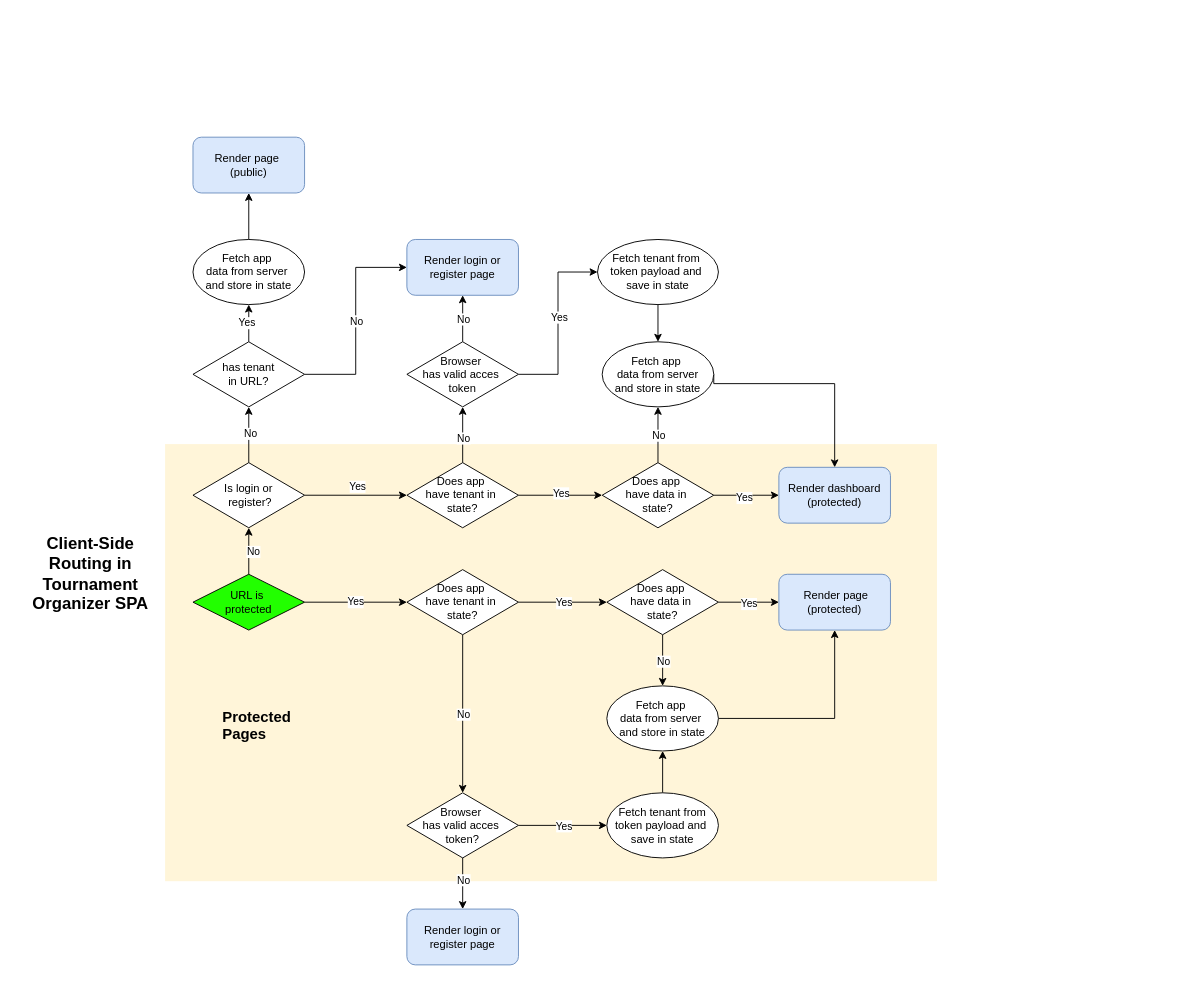
This is tournament.drawio from smohadjer/pokerrangliste, a draw.io file, before an edit. Source tidied: cells renumbered, new cells numbered last; positions are measured from the earlier drawing's top-left corner, leaving out a move shared by most shapes. Both pictures are drawn from the tidied source at 93%, with x=0, y=0 at pixel (16, 137).
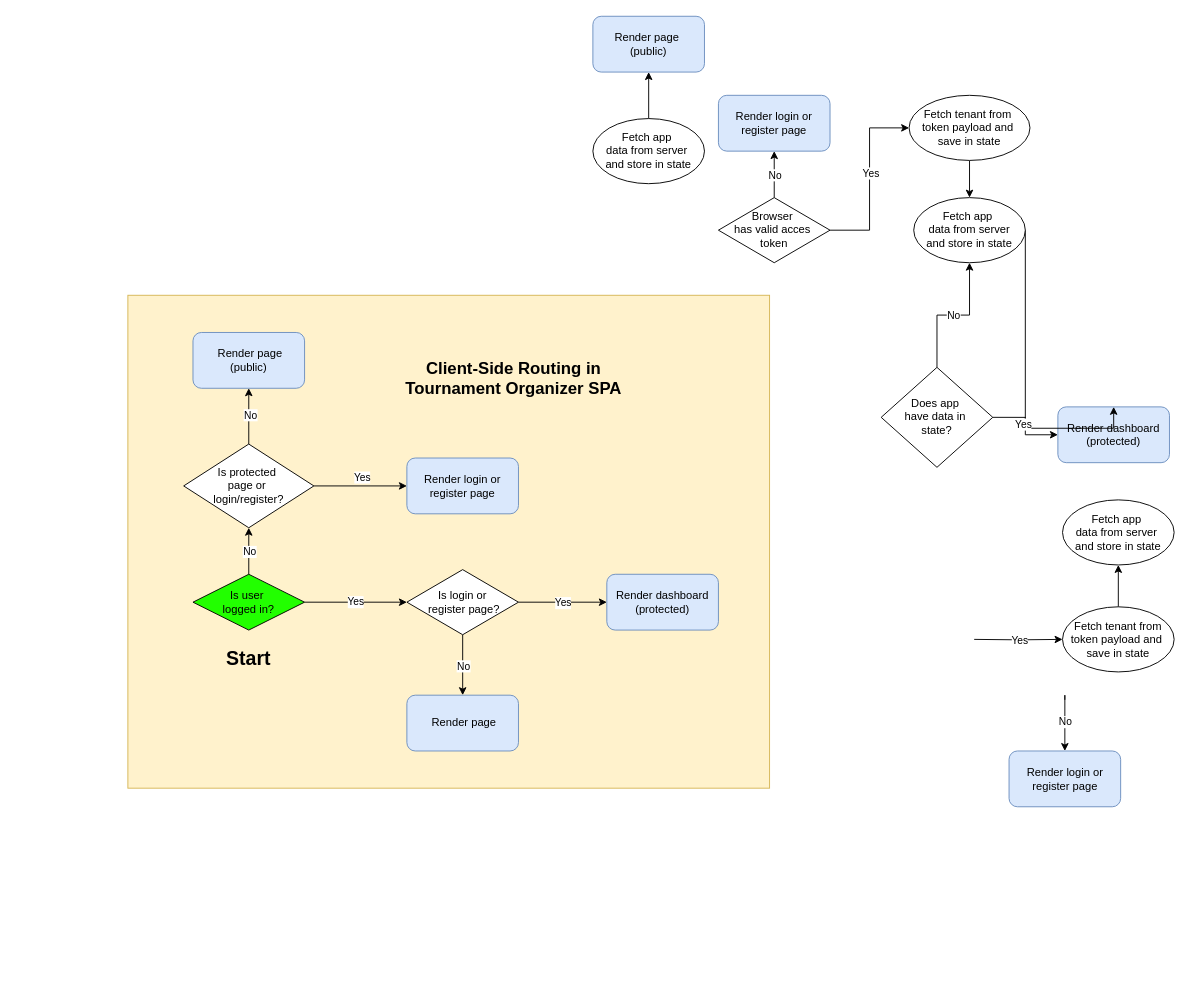
After the change.

The change refers to these unchanged cells:
```xml
<mxCell id="3" style="edgeStyle=orthogonalEdgeStyle;rounded=0;jettySize=auto;html=1;verticalAlign=top;entryX=0.5;entryY=1;entryDx=0;entryDy=0;" parent="1" edge="1" source="7" target="8">
  <mxGeometry relative="1" as="geometry" />
</mxCell>
```

The edit, as a diff of the source:
```diff
@@
-    <mxCell id="2" style="rounded=0;whiteSpace=wrap;html=1;fillColor=#fff2cc;strokeColor=none;opacity=75;" parent="1" vertex="1">
-      <mxGeometry x="160" y="330" width="830" height="470" as="geometry" />
-    </mxCell>
+    <mxCell id="66" style="rounded=0;whiteSpace=wrap;html=1;fillColor=#fff2cc;strokeColor=#d6b656;" parent="1" vertex="1">
+      <mxGeometry x="120" y="170" width="690" height="530" as="geometry" />
+    </mxCell>
@@
     <mxCell id="4" value="No" style="edgeLabel;html=1;align=center;verticalAlign=middle;" parent="3" vertex="1">
-      <mxGeometry x="-0.01" y="1" relative="1" as="geometry">
-        <mxPoint x="5" as="offset" />
-      </mxGeometry>
+      <mxGeometry relative="1" as="geometry" />
     </mxCell>
@@
-    <mxCell id="7" value="URL is&amp;nbsp;&lt;div&gt;protected&lt;/div&gt;" style="rhombus;whiteSpace=wrap;html=1;fillColor=#22FF00;" parent="1" vertex="1">
+    <mxCell id="7" value="Is user&amp;nbsp;&lt;div&gt;logged in?&lt;/div&gt;" style="rhombus;whiteSpace=wrap;html=1;fillColor=#22FF00;" parent="1" vertex="1">
       <mxGeometry x="190" y="470" width="120" height="60" as="geometry" />
     </mxCell>
-    <mxCell id="8" value="Is&amp;nbsp;&lt;span style=&quot;background-color: initial;&quot;&gt;login or&lt;/span&gt;&lt;div&gt;&amp;nbsp;register?&lt;/div&gt;" style="rhombus;whiteSpace=wrap;html=1;" parent="1" vertex="1">
-      <mxGeometry x="190" y="350" width="120" height="70" as="geometry" />
+    <mxCell id="8" value="Is&amp;nbsp;&lt;span style=&quot;background-color: initial;&quot;&gt;protected&amp;nbsp;&lt;/span&gt;&lt;div&gt;&lt;span style=&quot;background-color: initial;&quot;&gt;page&amp;nbsp;&lt;/span&gt;&lt;span style=&quot;background-color: initial;&quot;&gt;or&amp;nbsp;&lt;/span&gt;&lt;div&gt;&lt;span style=&quot;background-color: initial;&quot;&gt;login/&lt;/span&gt;&lt;span style=&quot;background-color: initial;&quot;&gt;register?&lt;/span&gt;&lt;/div&gt;&lt;/div&gt;" style="rhombus;whiteSpace=wrap;html=1;" parent="1" vertex="1">
+      <mxGeometry x="180" y="330" width="140" height="90" as="geometry" />
     </mxCell>
     <mxCell id="9" value="&lt;b&gt;&lt;font style=&quot;font-size: 18px;&quot;&gt;Client-Side Routing in Tournament Organizer SPA&lt;/font&gt;&lt;/b&gt;" style="text;html=1;align=center;verticalAlign=middle;whiteSpace=wrap;rounded=0;" parent="1" vertex="1">
-      <mxGeometry y="400" width="160" height="140" as="geometry" />
+      <mxGeometry x="400" y="190" width="270" height="140" as="geometry" />
     </mxCell>
-    <mxCell id="10" style="edgeStyle=orthogonalEdgeStyle;rounded=0;jettySize=auto;html=1;exitX=0.5;exitY=0;exitDx=0;exitDy=0;entryX=0.5;entryY=1;entryDx=0;entryDy=0;" parent="1" edge="1" source="14" target="32">
-      <mxGeometry relative="1" as="geometry" />
-    </mxCell>
-    <mxCell id="11" value="Yes" style="edgeLabel;html=1;align=center;verticalAlign=middle;" parent="10" vertex="1">
-      <mxGeometry x="0.05" y="3" relative="1" as="geometry" />
-    </mxCell>
-    <mxCell id="12" style="edgeStyle=orthogonalEdgeStyle;rounded=0;jettySize=auto;html=1;exitX=1;exitY=0.5;exitDx=0;exitDy=0;entryX=0;entryY=0.5;entryDx=0;entryDy=0;" parent="1" edge="1" source="14" target="53">
-      <mxGeometry relative="1" as="geometry" />
-    </mxCell>
-    <mxCell id="13" value="No" style="edgeLabel;html=1;align=center;verticalAlign=middle;" parent="12" vertex="1">
-      <mxGeometry relative="1" as="geometry" />
-    </mxCell>
-    <mxCell id="14" value="has&amp;nbsp;&lt;span style=&quot;background-color: initial;&quot;&gt;tenant&lt;/span&gt;&lt;div&gt;in URL?&lt;/div&gt;" style="rhombus;whiteSpace=wrap;html=1;" parent="1" vertex="1">
-      <mxGeometry x="190" y="220" width="120" height="70" as="geometry" />
-    </mxCell>
-    <mxCell id="15" style="edgeStyle=orthogonalEdgeStyle;rounded=0;jettySize=auto;html=1;exitX=0.5;exitY=0;exitDx=0;exitDy=0;entryX=0.5;entryY=1;entryDx=0;entryDy=0;" parent="1" edge="1" source="19" target="29">
-      <mxGeometry relative="1" as="geometry" />
-    </mxCell>
-    <mxCell id="16" value="No" style="edgeLabel;html=1;align=center;verticalAlign=middle;" parent="15" vertex="1">
-      <mxGeometry x="-0.09" relative="1" as="geometry" />
-    </mxCell>
-    <mxCell id="17" style="edgeStyle=orthogonalEdgeStyle;rounded=0;jettySize=auto;html=1;exitX=1;exitY=0.5;exitDx=0;exitDy=0;entryX=0;entryY=0.5;entryDx=0;entryDy=0;" parent="1" edge="1" source="19" target="65">
-      <mxGeometry relative="1" as="geometry" />
-    </mxCell>
-    <mxCell id="18" value="Yes" style="edgeLabel;html=1;align=center;verticalAlign=middle;rotation=0;" parent="17" vertex="1">
-      <mxGeometry x="-0.01" y="3" relative="1" as="geometry" />
-    </mxCell>
-    <mxCell id="19" value="Does app&amp;nbsp;&lt;div&gt;&lt;span style=&quot;background-color: initial;&quot;&gt;have&amp;nbsp;&lt;/span&gt;&lt;span style=&quot;background-color: initial;&quot;&gt;tenant&amp;nbsp;&lt;/span&gt;&lt;span style=&quot;background-color: initial;&quot;&gt;in&amp;nbsp;&lt;/span&gt;&lt;div&gt;&lt;span style=&quot;background-color: initial;&quot;&gt;state?&lt;/span&gt;&lt;/div&gt;&lt;/div&gt;" style="rhombus;whiteSpace=wrap;html=1;" parent="1" vertex="1">
-      <mxGeometry x="420" y="350" width="120" height="70" as="geometry" />
-    </mxCell>
-    <mxCell id="20" style="endArrow=classic;html=1;rounded=0;entryX=0;entryY=0.5;entryDx=0;entryDy=0;exitX=1;exitY=0.5;exitDx=0;exitDy=0;" parent="1" edge="1" source="8" target="19">
+    <mxCell id="20" style="endArrow=classic;html=1;rounded=0;exitX=1;exitY=0.5;exitDx=0;exitDy=0;entryX=0;entryY=0.5;entryDx=0;entryDy=0;" parent="1" edge="1" source="8" target="68">
       <mxGeometry relative="1" as="geometry" />
     </mxCell>
@@
-    <mxCell id="23" style="endArrow=classic;html=1;rounded=0;entryX=0.5;entryY=1;entryDx=0;entryDy=0;exitX=0.5;exitY=0;exitDx=0;exitDy=0;" parent="1" edge="1" source="8" target="14">
+    <mxCell id="23" style="endArrow=classic;html=1;rounded=0;entryX=0.5;entryY=1;entryDx=0;entryDy=0;exitX=0.5;exitY=0;exitDx=0;exitDy=0;" parent="1" edge="1" source="8" target="69">
       <mxGeometry relative="1" as="geometry" />
     </mxCell>
@@
     <mxCell id="29" value="Browser&amp;nbsp;&lt;div&gt;has&lt;span style=&quot;background-color: initial;&quot;&gt;&amp;nbsp;valid&amp;nbsp;&lt;/span&gt;&lt;span style=&quot;background-color: initial;&quot;&gt;acces&amp;nbsp;&lt;/span&gt;&lt;/div&gt;&lt;div&gt;&lt;span style=&quot;background-color: initial;&quot;&gt;token&lt;/span&gt;&lt;/div&gt;" style="rhombus;whiteSpace=wrap;html=1;horizontal=1;verticalAlign=middle;" parent="1" vertex="1">
-      <mxGeometry x="420" y="220" width="120" height="70" as="geometry" />
+      <mxGeometry x="755" y="65" width="120" height="70" as="geometry" />
     </mxCell>
     <mxCell id="30" value="Render dashboard (protected)" style="rounded=1;whiteSpace=wrap;html=1;fillColor=#dae8fc;strokeColor=#6c8ebf;" parent="1" vertex="1">
-      <mxGeometry x="820" y="355" width="120" height="60" as="geometry" />
+      <mxGeometry x="1120" y="290" width="120" height="60" as="geometry" />
     </mxCell>
@@
     <mxCell id="32" value="Fetch app&amp;nbsp;&lt;div&gt;data&amp;nbsp;&lt;span style=&quot;background-color: initial;&quot;&gt;from&amp;nbsp;&lt;/span&gt;&lt;span style=&quot;background-color: initial;&quot;&gt;server&amp;nbsp;&lt;/span&gt;&lt;/div&gt;&lt;div&gt;&lt;span style=&quot;background-color: initial;&quot;&gt;and&amp;nbsp;&lt;/span&gt;&lt;span style=&quot;background-color: initial;&quot;&gt;store&amp;nbsp;&lt;/span&gt;&lt;span style=&quot;background-color: initial;&quot;&gt;in state&lt;/span&gt;&lt;/div&gt;" style="ellipse;whiteSpace=wrap;html=1;" parent="1" vertex="1">
-      <mxGeometry x="190" y="110" width="120" height="70" as="geometry" />
+      <mxGeometry x="620" y="-20" width="120" height="70" as="geometry" />
     </mxCell>
@@
     <mxCell id="34" value="Fetch tenant from&amp;nbsp;&lt;div&gt;token payload and&amp;nbsp;&lt;div&gt;save in state&lt;/div&gt;&lt;/div&gt;" style="ellipse;whiteSpace=wrap;html=1;" parent="1" vertex="1">
-      <mxGeometry x="625" y="110" width="130" height="70" as="geometry" />
+      <mxGeometry x="960" y="-45" width="130" height="70" as="geometry" />
     </mxCell>
-    <mxCell id="35" style="edgeStyle=orthogonalEdgeStyle;rounded=0;jettySize=auto;html=1;exitX=1;exitY=0.5;exitDx=0;exitDy=0;entryX=0;entryY=0.5;entryDx=0;entryDy=0;" parent="1" edge="1" source="39" target="58">
-      <mxGeometry relative="1" as="geometry" />
+    <mxCell id="35" style="edgeStyle=orthogonalEdgeStyle;rounded=0;jettySize=auto;html=1;exitX=1;exitY=0.5;exitDx=0;exitDy=0;entryX=0;entryY=0.5;entryDx=0;entryDy=0;" parent="1" edge="1" source="39">
+      <mxGeometry relative="1" as="geometry">
+        <mxPoint x="635" y="500" as="targetPoint" />
+      </mxGeometry>
     </mxCell>
@@
-    <mxCell id="37" style="edgeStyle=orthogonalEdgeStyle;rounded=0;jettySize=auto;html=1;exitX=0.5;exitY=1;exitDx=0;exitDy=0;" parent="1" edge="1" source="39" target="44">
+    <mxCell id="37" style="edgeStyle=orthogonalEdgeStyle;rounded=0;jettySize=auto;html=1;exitX=0.5;exitY=1;exitDx=0;exitDy=0;entryX=0.5;entryY=0;entryDx=0;entryDy=0;" parent="1" edge="1" source="39" target="49">
       <mxGeometry relative="1" as="geometry" />
     </mxCell>
@@
-    <mxCell id="39" value="Does app&amp;nbsp;&lt;div&gt;&lt;span style=&quot;background-color: initial;&quot;&gt;have&amp;nbsp;&lt;/span&gt;&lt;span style=&quot;background-color: initial;&quot;&gt;tenant&amp;nbsp;&lt;/span&gt;&lt;span style=&quot;background-color: initial;&quot;&gt;in&amp;nbsp;&lt;/span&gt;&lt;div&gt;&lt;span style=&quot;background-color: initial;&quot;&gt;state?&lt;/span&gt;&lt;/div&gt;&lt;/div&gt;" style="rhombus;whiteSpace=wrap;html=1;horizontal=1;verticalAlign=middle;" parent="1" vertex="1">
+    <mxCell id="39" value="Is&amp;nbsp;&lt;span style=&quot;background-color: initial;&quot;&gt;login or&lt;/span&gt;&lt;div&gt;&amp;nbsp;register page?&lt;/div&gt;" style="rhombus;whiteSpace=wrap;html=1;horizontal=1;verticalAlign=middle;" parent="1" vertex="1">
       <mxGeometry x="420" y="465" width="120" height="70" as="geometry" />
     </mxCell>
-    <mxCell id="40" style="edgeStyle=orthogonalEdgeStyle;rounded=0;jettySize=auto;html=1;exitX=0.5;exitY=1;exitDx=0;exitDy=0;entryX=0.5;entryY=0;entryDx=0;entryDy=0;" parent="1" edge="1" source="44" target="47">
+    <mxCell id="40" style="edgeStyle=orthogonalEdgeStyle;rounded=0;jettySize=auto;html=1;exitX=0.5;exitY=1;exitDx=0;exitDy=0;entryX=0.5;entryY=0;entryDx=0;entryDy=0;" parent="1" edge="1" target="47">
       <mxGeometry relative="1" as="geometry">
+        <mxPoint x="1127.5" y="605" as="sourcePoint" />
         <Array as="points">
-          <mxPoint x="480" y="770" />
-          <mxPoint x="480" y="770" />
+          <mxPoint x="1127.5" y="600" />
+          <mxPoint x="1127.5" y="600" />
         </Array>
       </mxGeometry>
     </mxCell>
@@
-    <mxCell id="42" style="edgeStyle=orthogonalEdgeStyle;rounded=0;jettySize=auto;html=1;exitX=1;exitY=0.5;exitDx=0;exitDy=0;entryX=0;entryY=0.5;entryDx=0;entryDy=0;" parent="1" edge="1" source="44" target="46">
-      <mxGeometry relative="1" as="geometry" />
+    <mxCell id="42" style="edgeStyle=orthogonalEdgeStyle;rounded=0;jettySize=auto;html=1;exitX=1;exitY=0.5;exitDx=0;exitDy=0;entryX=0;entryY=0.5;entryDx=0;entryDy=0;" parent="1" edge="1" target="46">
+      <mxGeometry relative="1" as="geometry">
+        <mxPoint x="1030" y="540" as="sourcePoint" />
+      </mxGeometry>
     </mxCell>
@@
-    <mxCell id="44" value="Browser&amp;nbsp;&lt;div&gt;has&lt;span style=&quot;background-color: initial;&quot;&gt;&amp;nbsp;valid&amp;nbsp;&lt;/span&gt;&lt;span style=&quot;background-color: initial;&quot;&gt;acces&amp;nbsp;&lt;/span&gt;&lt;/div&gt;&lt;div&gt;&lt;span style=&quot;background-color: initial;&quot;&gt;token?&lt;/span&gt;&lt;/div&gt;" style="rhombus;whiteSpace=wrap;html=1;horizontal=1;verticalAlign=middle;" parent="1" vertex="1">
-      <mxGeometry x="420" y="705" width="120" height="70" as="geometry" />
-    </mxCell>
@@
     <mxCell id="46" value="Fetch tenant from token payload and&amp;nbsp;&lt;div&gt;save in state&lt;/div&gt;" style="ellipse;whiteSpace=wrap;html=1;" parent="1" vertex="1">
-      <mxGeometry x="635" y="705" width="120" height="70" as="geometry" />
+      <mxGeometry x="1125" y="505" width="120" height="70" as="geometry" />
     </mxCell>
     <mxCell id="47" value="Render login or register&lt;span style=&quot;background-color: initial;&quot;&gt;&amp;nbsp;page&lt;/span&gt;" style="rounded=1;whiteSpace=wrap;html=1;fillColor=#dae8fc;strokeColor=#6c8ebf;" parent="1" vertex="1">
-      <mxGeometry x="420" y="830" width="120" height="60" as="geometry" />
+      <mxGeometry x="1067.5" y="660" width="120" height="60" as="geometry" />
     </mxCell>
-    <mxCell id="48" value="&lt;font style=&quot;font-size: 16px;&quot;&gt;&lt;b&gt;Protected Pages&lt;/b&gt;&lt;/font&gt;&lt;div&gt;&lt;br&gt;&lt;/div&gt;" style="text;html=1;align=left;verticalAlign=middle;whiteSpace=wrap;rounded=0;" parent="1" vertex="1">
-      <mxGeometry x="220" y="625" width="60" height="30" as="geometry" />
-    </mxCell>
-    <mxCell id="49" value="&amp;nbsp;Render page&lt;div&gt;(protected)&lt;/div&gt;" style="rounded=1;whiteSpace=wrap;html=1;fillColor=#dae8fc;strokeColor=#6c8ebf;" parent="1" vertex="1">
-      <mxGeometry x="820" y="470" width="120" height="60" as="geometry" />
+    <mxCell id="49" value="&amp;nbsp;Render page" style="rounded=1;whiteSpace=wrap;html=1;fillColor=#dae8fc;strokeColor=#6c8ebf;" parent="1" vertex="1">
+      <mxGeometry x="420" y="600" width="120" height="60" as="geometry" />
     </mxCell>
     <mxCell id="50" value="Render page&amp;nbsp;&lt;div&gt;(public)&lt;/div&gt;" style="rounded=1;whiteSpace=wrap;html=1;fillColor=#dae8fc;strokeColor=#6c8ebf;" parent="1" vertex="1">
-      <mxGeometry x="190" width="120" height="60" as="geometry" />
+      <mxGeometry x="620" y="-130" width="120" height="60" as="geometry" />
     </mxCell>
     <mxCell id="51" style="edgeStyle=orthogonalEdgeStyle;rounded=0;jettySize=auto;html=1;exitX=1;exitY=0.5;exitDx=0;exitDy=0;entryX=0.5;entryY=0;entryDx=0;entryDy=0;" parent="1" edge="1" source="52" target="30">
       <mxGeometry relative="1" as="geometry">
         <Array as="points">
-          <mxPoint x="880" y="265" />
+          <mxPoint x="1085" y="313" />
         </Array>
       </mxGeometry>
     </mxCell>
     <mxCell id="52" value="Fetch app&amp;nbsp;&lt;div&gt;data&lt;span style=&quot;background-color: initial;&quot;&gt;&amp;nbsp;from&amp;nbsp;&lt;/span&gt;&lt;span style=&quot;background-color: initial;&quot;&gt;server&lt;/span&gt;&lt;/div&gt;&lt;div&gt;&lt;span style=&quot;background-color: initial;&quot;&gt;and store in state&lt;/span&gt;&lt;/div&gt;" style="ellipse;whiteSpace=wrap;html=1;" parent="1" vertex="1">
-      <mxGeometry x="630" y="220" width="120" height="70" as="geometry" />
+      <mxGeometry x="965" y="65" width="120" height="70" as="geometry" />
     </mxCell>
     <mxCell id="53" value="Render login or register page" style="rounded=1;whiteSpace=wrap;html=1;fillColor=#dae8fc;strokeColor=#6c8ebf;" parent="1" vertex="1">
-      <mxGeometry x="420" y="110" width="120" height="60" as="geometry" />
+      <mxGeometry x="755" y="-45" width="120" height="60" as="geometry" />
     </mxCell>
-    <mxCell id="54" style="edgeStyle=orthogonalEdgeStyle;rounded=0;jettySize=auto;html=1;exitX=0.5;exitY=1;exitDx=0;exitDy=0;entryX=0.5;entryY=0;entryDx=0;entryDy=0;" parent="1" edge="1" source="58" target="60">
-      <mxGeometry relative="1" as="geometry" />
-    </mxCell>
-    <mxCell id="55" value="No" style="edgeLabel;html=1;align=center;verticalAlign=middle;" parent="54" vertex="1">
-      <mxGeometry relative="1" as="geometry" />
-    </mxCell>
-    <mxCell id="56" style="edgeStyle=orthogonalEdgeStyle;rounded=0;jettySize=auto;html=1;exitX=1;exitY=0.5;exitDx=0;exitDy=0;entryX=0;entryY=0.5;entryDx=0;entryDy=0;" parent="1" edge="1" source="58" target="49">
-      <mxGeometry relative="1" as="geometry" />
-    </mxCell>
-    <mxCell id="57" value="Yes" style="edgeLabel;html=1;align=center;verticalAlign=middle;" parent="56" vertex="1">
-      <mxGeometry x="-0.02" y="-1" relative="1" as="geometry" />
-    </mxCell>
-    <mxCell id="58" value="Does app&amp;nbsp;&lt;div&gt;&lt;span style=&quot;background-color: initial;&quot;&gt;have data&lt;/span&gt;&lt;span style=&quot;background-color: initial;&quot;&gt;&amp;nbsp;&lt;/span&gt;&lt;span style=&quot;background-color: initial;&quot;&gt;in&amp;nbsp;&lt;/span&gt;&lt;div&gt;&lt;span style=&quot;background-color: initial;&quot;&gt;state?&lt;/span&gt;&lt;/div&gt;&lt;/div&gt;" style="rhombus;whiteSpace=wrap;html=1;horizontal=1;verticalAlign=middle;" parent="1" vertex="1">
-      <mxGeometry x="635" y="465" width="120" height="70" as="geometry" />
-    </mxCell>
-    <mxCell id="59" style="edgeStyle=orthogonalEdgeStyle;rounded=0;jettySize=auto;html=1;exitX=1;exitY=0.5;exitDx=0;exitDy=0;entryX=0.5;entryY=1;entryDx=0;entryDy=0;" parent="1" edge="1" source="60" target="49">
-      <mxGeometry relative="1" as="geometry" />
-    </mxCell>
     <mxCell id="60" value="Fetch app&amp;nbsp;&lt;div&gt;data &lt;span style=&quot;background-color: initial;&quot;&gt;from&amp;nbsp;&lt;/span&gt;&lt;span style=&quot;background-color: initial;&quot;&gt;server&amp;nbsp;&lt;/span&gt;&lt;/div&gt;&lt;div&gt;&lt;span style=&quot;background-color: initial;&quot;&gt;and store&amp;nbsp;&lt;/span&gt;&lt;span style=&quot;background-color: initial;&quot;&gt;in state&lt;/span&gt;&lt;/div&gt;" style="ellipse;whiteSpace=wrap;html=1;" parent="1" vertex="1">
-      <mxGeometry x="635" y="590" width="120" height="70" as="geometry" />
+      <mxGeometry x="1125" y="390" width="120" height="70" as="geometry" />
     </mxCell>
@@
     <mxCell id="65" value="Does app&amp;nbsp;&lt;div&gt;&lt;span style=&quot;background-color: initial;&quot;&gt;have data&lt;/span&gt;&lt;span style=&quot;background-color: initial;&quot;&gt;&amp;nbsp;&lt;/span&gt;&lt;span style=&quot;background-color: initial;&quot;&gt;in&amp;nbsp;&lt;/span&gt;&lt;div&gt;&lt;span style=&quot;background-color: initial;&quot;&gt;state?&lt;/span&gt;&lt;/div&gt;&lt;/div&gt;" style="rhombus;whiteSpace=wrap;html=1;horizontal=1;verticalAlign=middle;" parent="1" vertex="1">
-      <mxGeometry x="630" y="350" width="120" height="70" as="geometry" />
+      <mxGeometry x="930" y="247.5" width="120" height="107.5" as="geometry" />
     </mxCell>
+    <mxCell id="67" value="Render dashboard (protected)" style="rounded=1;whiteSpace=wrap;html=1;fillColor=#dae8fc;strokeColor=#6c8ebf;" parent="1" vertex="1">
+      <mxGeometry x="635" y="470" width="120" height="60" as="geometry" />
+    </mxCell>
+    <mxCell id="68" value="Render login or register page" style="rounded=1;whiteSpace=wrap;html=1;fillColor=#dae8fc;strokeColor=#6c8ebf;" parent="1" vertex="1">
+      <mxGeometry x="420" y="345" width="120" height="60" as="geometry" />
+    </mxCell>
+    <mxCell id="69" value="&amp;nbsp;Render page&lt;div&gt;(public)&lt;/div&gt;" style="rounded=1;whiteSpace=wrap;html=1;fillColor=#dae8fc;strokeColor=#6c8ebf;" parent="1" vertex="1">
+      <mxGeometry x="190" y="210" width="120" height="60" as="geometry" />
+    </mxCell>
+    <mxCell id="70" value="&lt;b&gt;&lt;font style=&quot;font-size: 21px;&quot;&gt;Start&lt;/font&gt;&lt;/b&gt;" style="text;html=1;align=center;verticalAlign=middle;whiteSpace=wrap;rounded=0;" parent="1" vertex="1">
+      <mxGeometry x="220" y="545" width="60" height="30" as="geometry" />
+    </mxCell>
```
